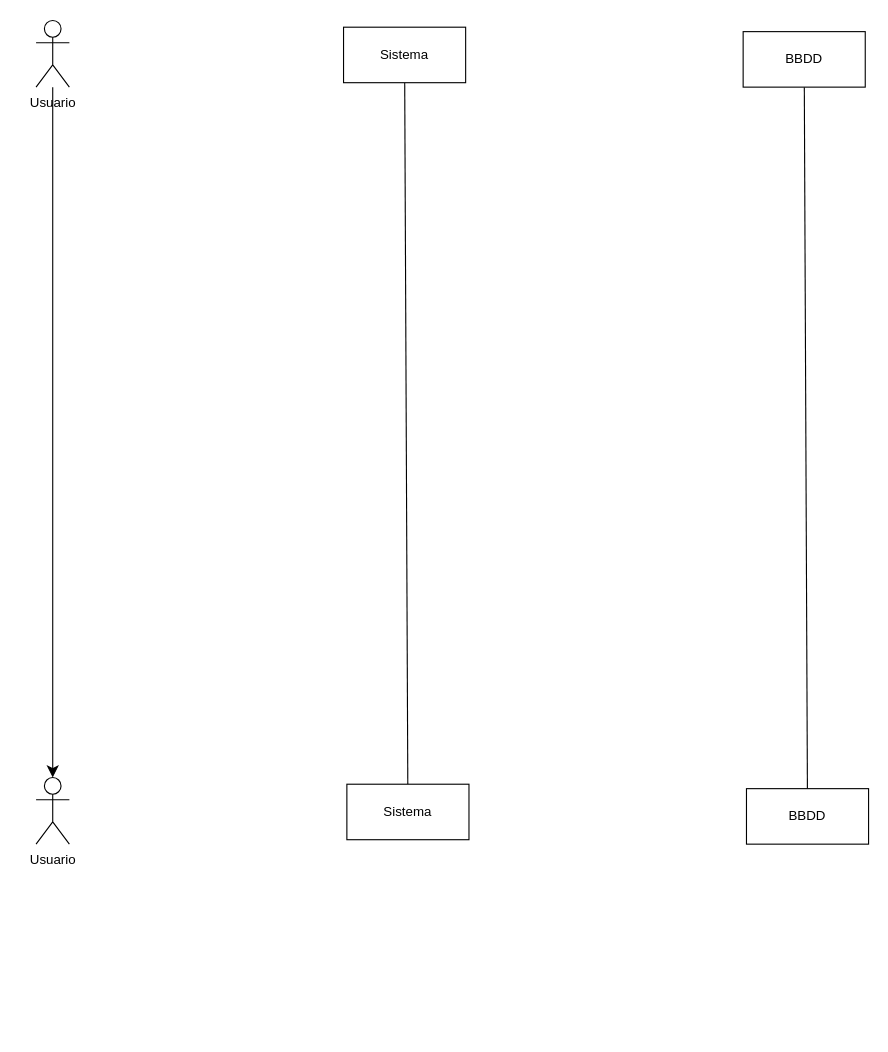
The draw.io diagram Diagrama_de_secuencia.drawio in Cdiagal/Diagrama-de-secuencia, before the edit. Source tidied: cells renumbered, new cells numbered last; positions are measured from the earlier drawing's top-left corner, leaving out a move shared by most shapes. Both pictures are drawn from the tidied source at 111%, with x=0, y=0 at pixel (36, 20).
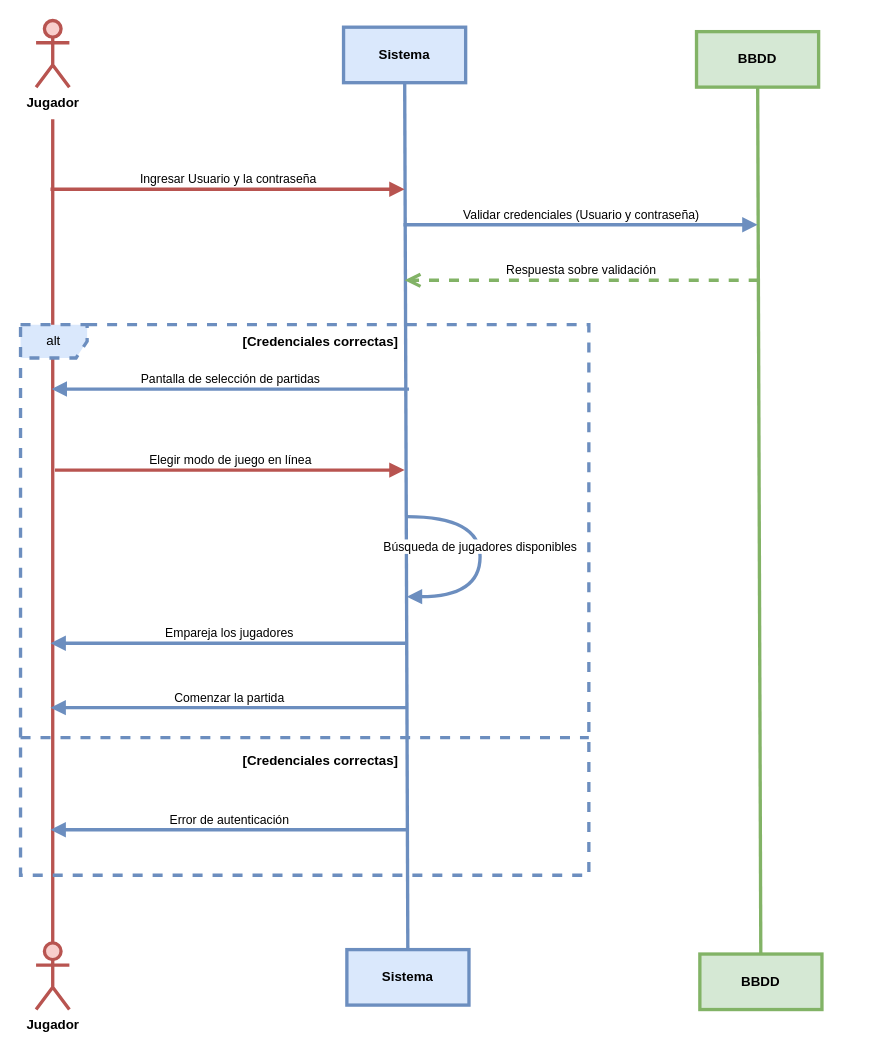
The same diagram, later.

What changed in the source:
```diff
@@
-    <mxCell id="2" style="edgeStyle=none;curved=1;rounded=0;jettySize=auto;html=1;fontSize=12;startSize=8;endSize=8;" parent="1" edge="1" source="3" target="4">
-      <mxGeometry relative="1" as="geometry" />
+    <mxCell id="2" style="edgeStyle=none;curved=1;rounded=0;jettySize=auto;html=1;fontSize=12;startSize=8;endSize=8;fillColor=#f8cecc;strokeColor=#b85450;strokeWidth=3;endArrow=none;endFill=0;" parent="1" edge="1" target="4">
+      <mxGeometry relative="1" as="geometry">
+        <mxPoint x="15" y="89" as="sourcePoint" />
+      </mxGeometry>
     </mxCell>
-    <mxCell id="3" value="Usuario" style="shape=umlActor;verticalLabelPosition=bottom;verticalAlign=top;html=1;" parent="1" vertex="1">
+    <mxCell id="3" value="&lt;b&gt;Jugador&lt;/b&gt;" style="shape=umlActor;verticalLabelPosition=bottom;verticalAlign=top;html=1;fillColor=#f8cecc;strokeColor=#b85450;strokeWidth=3;" parent="1" vertex="1">
       <mxGeometry width="30" height="60" as="geometry" />
     </mxCell>
-    <mxCell id="4" value="Usuario" style="shape=umlActor;verticalLabelPosition=bottom;verticalAlign=top;html=1;" parent="1" vertex="1">
-      <mxGeometry y="682" width="30" height="60" as="geometry" />
+    <mxCell id="4" value="&lt;b&gt;Jugador&lt;/b&gt;" style="shape=umlActor;verticalLabelPosition=bottom;verticalAlign=top;html=1;fillColor=#f8cecc;strokeColor=#b85450;strokeWidth=3;" parent="1" vertex="1">
+      <mxGeometry y="831" width="30" height="60" as="geometry" />
     </mxCell>
-    <mxCell id="5" style="edgeStyle=none;curved=1;rounded=0;jettySize=auto;html=1;fontSize=12;startSize=8;endSize=8;endArrow=none;startFill=0;" parent="1" edge="1" source="6" target="9">
+    <mxCell id="5" style="edgeStyle=none;curved=1;rounded=0;jettySize=auto;html=1;fontSize=12;startSize=8;endSize=8;endArrow=none;startFill=0;fillColor=#dae8fc;strokeColor=#6c8ebf;strokeWidth=3;" parent="1" edge="1" source="6" target="9">
       <mxGeometry relative="1" as="geometry" />
     </mxCell>
-    <mxCell id="6" value="Sistema" style="html=1;whiteSpace=wrap;" parent="1" vertex="1">
+    <mxCell id="6" value="&lt;b&gt;Sistema&lt;/b&gt;" style="html=1;whiteSpace=wrap;fillColor=#dae8fc;strokeColor=#6c8ebf;strokeWidth=3;" parent="1" vertex="1">
       <mxGeometry x="277" y="6" width="110" height="50" as="geometry" />
     </mxCell>
-    <mxCell id="7" style="edgeStyle=none;curved=1;rounded=0;jettySize=auto;html=1;fontSize=12;startSize=8;endSize=8;endArrow=none;startFill=0;" parent="1" edge="1" source="8" target="10">
+    <mxCell id="7" style="edgeStyle=none;curved=1;rounded=0;jettySize=auto;html=1;fontSize=12;startSize=8;endSize=8;endArrow=none;startFill=0;fillColor=#d5e8d4;strokeColor=#82b366;strokeWidth=3;" parent="1" edge="1" source="8" target="10">
       <mxGeometry relative="1" as="geometry" />
     </mxCell>
-    <mxCell id="8" value="BBDD" style="html=1;whiteSpace=wrap;" parent="1" vertex="1">
-      <mxGeometry x="637" y="10" width="110" height="50" as="geometry" />
+    <mxCell id="8" value="&lt;b&gt;BBDD&lt;/b&gt;" style="html=1;whiteSpace=wrap;fillColor=#d5e8d4;strokeColor=#82b366;strokeWidth=3;" parent="1" vertex="1">
+      <mxGeometry x="595" y="10" width="110" height="50" as="geometry" />
     </mxCell>
-    <mxCell id="9" value="Sistema" style="html=1;whiteSpace=wrap;" parent="1" vertex="1">
-      <mxGeometry x="280" y="688" width="110" height="50" as="geometry" />
+    <mxCell id="9" value="&lt;b&gt;Sistema&lt;/b&gt;" style="html=1;whiteSpace=wrap;fillColor=#dae8fc;strokeColor=#6c8ebf;strokeWidth=3;" parent="1" vertex="1">
+      <mxGeometry x="280" y="837" width="110" height="50" as="geometry" />
     </mxCell>
-    <mxCell id="10" value="BBDD" style="html=1;whiteSpace=wrap;" parent="1" vertex="1">
-      <mxGeometry x="640" y="692" width="110" height="50" as="geometry" />
+    <mxCell id="10" value="&lt;b&gt;BBDD&lt;/b&gt;" style="html=1;whiteSpace=wrap;fillColor=#d5e8d4;strokeColor=#82b366;strokeWidth=3;" parent="1" vertex="1">
+      <mxGeometry x="598" y="841" width="110" height="50" as="geometry" />
     </mxCell>
+    <mxCell id="11" value="Ingresar Usuario y la contraseña" style="html=1;verticalAlign=bottom;endArrow=block;curved=0;rounded=0;fillColor=#f8cecc;strokeColor=#b85450;strokeWidth=3;" parent="1" edge="1">
+      <mxGeometry relative="1" as="geometry">
+        <mxPoint x="13" y="152" as="sourcePoint" />
+        <mxPoint x="332" y="152" as="targetPoint" />
+      </mxGeometry>
+    </mxCell>
+    <mxCell id="12" value="Validar credenciales (Usuario y contraseña)" style="html=1;verticalAlign=bottom;endArrow=block;curved=0;rounded=0;fillColor=#dae8fc;strokeColor=#6c8ebf;strokeWidth=3;" parent="1" edge="1">
+      <mxGeometry relative="1" as="geometry">
+        <mxPoint x="331" y="184" as="sourcePoint" />
+        <mxPoint x="650" y="184" as="targetPoint" />
+      </mxGeometry>
+    </mxCell>
+    <mxCell id="13" value="Respuesta sobre validación" style="html=1;verticalAlign=bottom;endArrow=open;dashed=1;endSize=8;curved=0;rounded=0;fillColor=#d5e8d4;strokeColor=#82b366;strokeWidth=3;" parent="1" edge="1">
+      <mxGeometry relative="1" as="geometry">
+        <mxPoint x="651" y="234" as="sourcePoint" />
+        <mxPoint x="332" y="234" as="targetPoint" />
+      </mxGeometry>
+    </mxCell>
+    <mxCell id="14" value="Pantalla de selección de partidas" style="html=1;verticalAlign=bottom;endArrow=none;curved=0;rounded=0;endFill=0;startArrow=block;startFill=1;fillColor=#dae8fc;strokeColor=#6c8ebf;strokeWidth=3;" parent="1" edge="1">
+      <mxGeometry relative="1" as="geometry">
+        <mxPoint x="14" y="332" as="sourcePoint" />
+        <mxPoint x="336" y="332" as="targetPoint" />
+      </mxGeometry>
+    </mxCell>
+    <mxCell id="15" value="Elegir modo de juego en línea" style="html=1;verticalAlign=bottom;endArrow=block;curved=0;rounded=0;fillColor=#f8cecc;strokeColor=#b85450;strokeWidth=3;" parent="1" edge="1">
+      <mxGeometry relative="1" as="geometry">
+        <mxPoint x="17" y="405" as="sourcePoint" />
+        <mxPoint x="332" y="405" as="targetPoint" />
+      </mxGeometry>
+    </mxCell>
+    <mxCell id="16" value="Búsqueda de jugadores disponibles" style="html=1;verticalAlign=bottom;endArrow=block;curved=1;rounded=0;edgeStyle=orthogonalEdgeStyle;fillColor=#dae8fc;strokeColor=#6c8ebf;strokeWidth=3;" parent="1" edge="1">
+      <mxGeometry relative="1" as="geometry">
+        <mxPoint x="334" y="447" as="sourcePoint" />
+        <mxPoint x="334" y="519" as="targetPoint" />
+        <Array as="points">
+          <mxPoint x="400" y="447" />
+          <mxPoint x="400" y="519" />
+        </Array>
+      </mxGeometry>
+    </mxCell>
+    <mxCell id="17" value="Empareja los jugadores" style="html=1;verticalAlign=bottom;endArrow=none;curved=0;rounded=0;endFill=0;startArrow=block;startFill=1;fillColor=#dae8fc;strokeColor=#6c8ebf;strokeWidth=3;" parent="1" edge="1">
+      <mxGeometry relative="1" as="geometry">
+        <mxPoint x="13" y="561" as="sourcePoint" />
+        <mxPoint x="335" y="561" as="targetPoint" />
+      </mxGeometry>
+    </mxCell>
+    <mxCell id="18" value="alt" style="shape=umlFrame;whiteSpace=wrap;html=1;dashed=1;fillColor=#dae8fc;strokeColor=#6c8ebf;strokeWidth=3;" parent="1" vertex="1">
+      <mxGeometry x="-14" y="274" width="512" height="496" as="geometry" />
+    </mxCell>
+    <mxCell id="19" value="&lt;b&gt;[Credenciales correctas]&lt;/b&gt;" style="text;html=1;align=center;verticalAlign=middle;strokeColor=none;fillColor=none;strokeWidth=3;" parent="1" vertex="1">
+      <mxGeometry x="177" y="277" width="158" height="26" as="geometry" />
+    </mxCell>
+    <mxCell id="20" value="&lt;b&gt;[Credenciales correctas]&lt;/b&gt;" style="text;html=1;align=center;verticalAlign=middle;strokeColor=none;fillColor=none;strokeWidth=3;" parent="1" vertex="1">
+      <mxGeometry x="177" y="654" width="158" height="26" as="geometry" />
+    </mxCell>
+    <mxCell id="21" value="Comenzar la partida" style="html=1;verticalAlign=bottom;endArrow=none;curved=0;rounded=0;endFill=0;startArrow=block;startFill=1;fillColor=#dae8fc;strokeColor=#6c8ebf;strokeWidth=3;" parent="1" edge="1">
+      <mxGeometry relative="1" as="geometry">
+        <mxPoint x="13" y="619" as="sourcePoint" />
+        <mxPoint x="335" y="619" as="targetPoint" />
+      </mxGeometry>
+    </mxCell>
+    <mxCell id="22" value="Error de autenticación" style="html=1;verticalAlign=bottom;endArrow=none;curved=0;rounded=0;endFill=0;startArrow=block;startFill=1;fillColor=#dae8fc;strokeColor=#6c8ebf;strokeWidth=3;" parent="1" edge="1">
+      <mxGeometry relative="1" as="geometry">
+        <mxPoint x="13" y="729" as="sourcePoint" />
+        <mxPoint x="335" y="729" as="targetPoint" />
+      </mxGeometry>
+    </mxCell>
+    <mxCell id="23" style="line;strokeWidth=3;fillColor=#dae8fc;align=left;verticalAlign=middle;spacingTop=-1;spacingLeft=3;spacingRight=3;labelPosition=right;strokeColor=#6c8ebf;dashed=1;" parent="1" vertex="1">
+      <mxGeometry x="-14" y="642" width="512" height="8" as="geometry" />
+    </mxCell>
```
